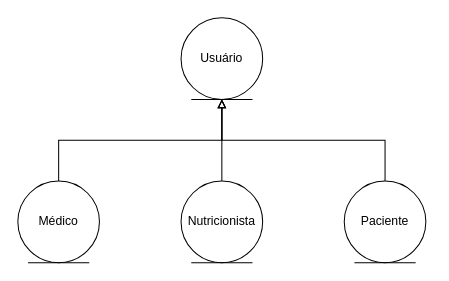
The draw.io diagram ModeloConceitual.drawio in ProjetoDelimeterSite/DelimeterDocumantacao, before the edit. Source tidied: cells renumbered, new cells numbered last; positions are measured from the earlier drawing's top-left corner, leaving out a move shared by most shapes. Both pictures are drawn from the tidied source at 102%, with x=0, y=0 at pixel (17, 17).
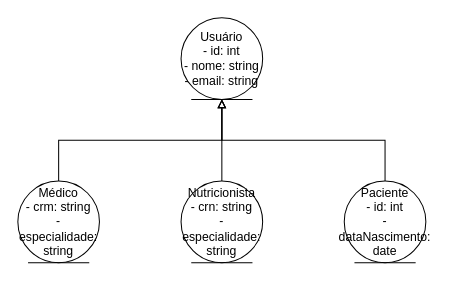
After the change.

Commit message:
Atualizar Modelo Conceitual com detalhes dos atributos das entidades

Change to the diagram source:
```diff
@@
 <mxGraphModel>
   <root>
     <mxCell id="0" />
     <mxCell id="1" parent="0" />
-    <mxCell id="2" value="Usuário" style="ellipse;shape=umlEntity;whiteSpace=wrap;html=1;" parent="1" vertex="1">
+    <mxCell id="2" value="Usuário&#10;- id: int&#10;- nome: string&#10;- email: string" style="ellipse;shape=umlEntity;whiteSpace=wrap;html=1;" parent="1" vertex="1">
       <mxGeometry x="160" width="80" height="80" as="geometry" />
     </mxCell>
     <mxCell id="3" style="edgeStyle=orthogonalEdgeStyle;rounded=0;jettySize=auto;html=1;entryX=0.5;entryY=1;entryDx=0;entryDy=0;exitX=0.5;exitY=0;exitDx=0;exitDy=0;endArrow=block;endFill=0;" parent="1" edge="1" source="4" target="2">
       <mxGeometry relative="1" as="geometry" />
     </mxCell>
-    <mxCell id="4" value="Médico" style="ellipse;shape=umlEntity;whiteSpace=wrap;html=1;" parent="1" vertex="1">
+    <mxCell id="4" value="Médico&#10;- crm: string&#10;- especialidade: string" style="ellipse;shape=umlEntity;whiteSpace=wrap;html=1;" parent="1" vertex="1">
       <mxGeometry y="160" width="80" height="80" as="geometry" />
     </mxCell>
     <mxCell id="5" style="edgeStyle=orthogonalEdgeStyle;rounded=0;jettySize=auto;html=1;endArrow=block;endFill=0;" parent="1" edge="1" source="6" target="2">
       <mxGeometry relative="1" as="geometry" />
     </mxCell>
-    <mxCell id="6" value="Nutricionista" style="ellipse;shape=umlEntity;whiteSpace=wrap;html=1;" parent="1" vertex="1">
+    <mxCell id="6" value="Nutricionista&#10;- crn: string&#10;- especialidade: string" style="ellipse;shape=umlEntity;whiteSpace=wrap;html=1;" parent="1" vertex="1">
       <mxGeometry x="160" y="160" width="80" height="80" as="geometry" />
     </mxCell>
     <mxCell id="7" style="edgeStyle=orthogonalEdgeStyle;rounded=0;jettySize=auto;html=1;entryX=0.5;entryY=1;entryDx=0;entryDy=0;exitX=0.5;exitY=0;exitDx=0;exitDy=0;endArrow=block;endFill=0;" parent="1" edge="1" source="8" target="2">
       <mxGeometry relative="1" as="geometry" />
     </mxCell>
-    <mxCell id="8" value="Paciente" style="ellipse;shape=umlEntity;whiteSpace=wrap;html=1;" parent="1" vertex="1">
+    <mxCell id="8" value="Paciente&#10;- id: int&#10;- dataNascimento: date" style="ellipse;shape=umlEntity;whiteSpace=wrap;html=1;" parent="1" vertex="1">
       <mxGeometry x="320" y="160" width="80" height="80" as="geometry" />
     </mxCell>
   </root>
 </mxGraphModel>
```
